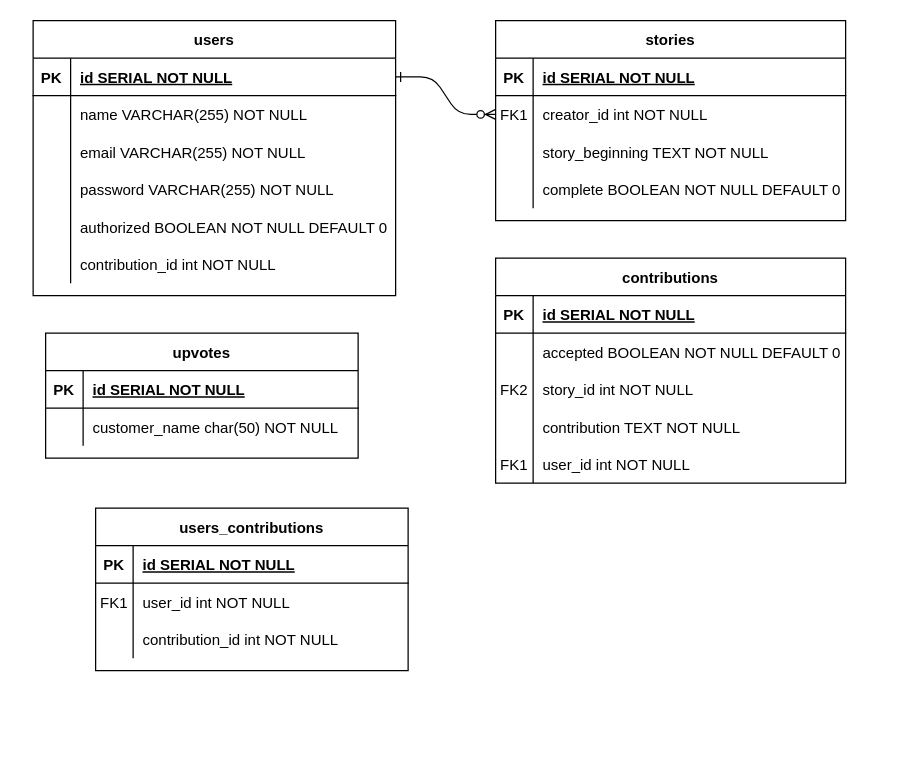
The draw.io diagram db/schema/Untitled Diagram.drawio in suncraft/lhl_midterm, before the edit. Source tidied: cells renumbered, new cells numbered last; positions are measured from the earlier drawing's top-left corner, leaving out a move shared by most shapes. Both pictures are drawn from the tidied source at 125%, with x=0, y=0 at pixel (32, 20).
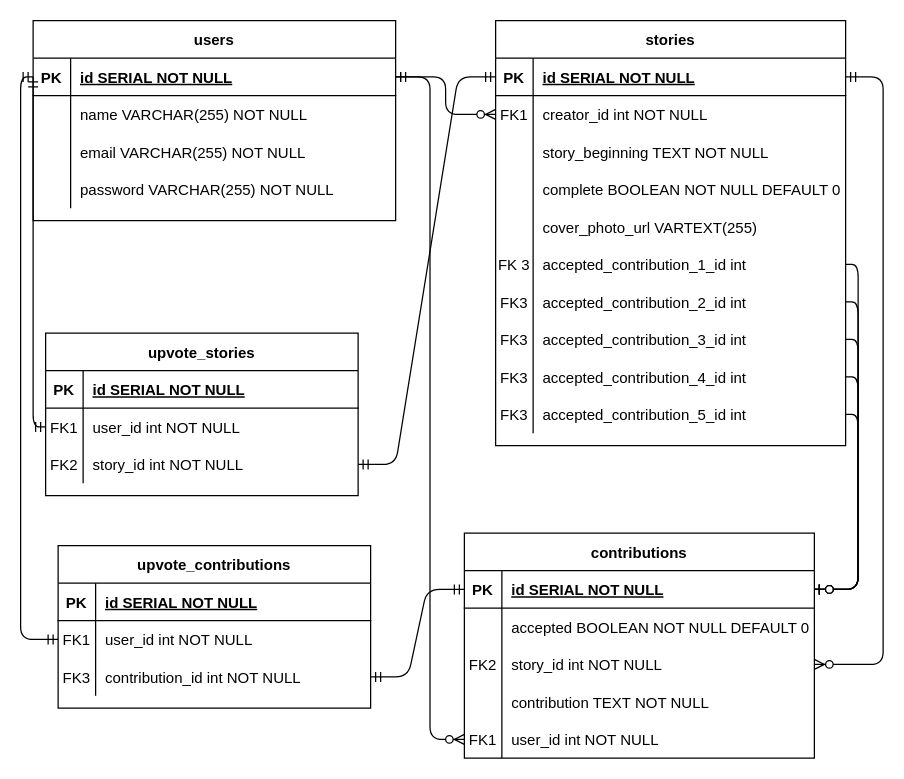
The same page after the edit.

Commit message:
Story creator ERD.drawio

Unchanged cells that the change refers to:
```xml
<mxCell id="4" style="shape=partialRectangle;fillColor=none;points=[[0,0.5],[1,0.5]];portConstraint=eastwest;top=0;left=0;right=0;bottom=1;" parent="3" vertex="1">
  <mxGeometry y="30" width="280" height="30" as="geometry" />
</mxCell>
<mxCell id="7" style="shape=partialRectangle;fillColor=none;points=[[0,0.5],[1,0.5]];portConstraint=eastwest;top=0;left=0;right=0;bottom=0;" parent="3" vertex="1">
  <mxGeometry y="60" width="280" height="30" as="geometry" />
</mxCell>
<mxCell id="17" style="shape=partialRectangle;fillColor=none;points=[[0,0.5],[1,0.5]];portConstraint=eastwest;top=0;left=0;right=0;bottom=1;" parent="16" vertex="1">
  <mxGeometry y="30" width="280" height="30" as="geometry" />
</mxCell>
<mxCell id="23" style="shape=partialRectangle;fillColor=none;points=[[0,0.5],[1,0.5]];portConstraint=eastwest;top=0;left=0;right=0;bottom=0;" parent="16" vertex="1">
  <mxGeometry y="90" width="280" height="30" as="geometry" />
</mxCell>
<mxCell id="29" style="shape=partialRectangle;fillColor=none;points=[[0,0.5],[1,0.5]];portConstraint=eastwest;top=0;left=0;right=0;bottom=0;" parent="16" vertex="1">
  <mxGeometry y="150" width="280" height="30" as="geometry" />
</mxCell>
<mxCell id="33" style="shape=partialRectangle;fillColor=none;points=[[0,0.5],[1,0.5]];portConstraint=eastwest;top=0;left=0;right=0;bottom=1;" parent="32" vertex="1">
  <mxGeometry y="30" width="290" height="30" as="geometry" />
</mxCell>
<mxCell id="55" style="shape=partialRectangle;fillColor=none;points=[[0,0.5],[1,0.5]];portConstraint=eastwest;top=0;left=0;right=0;bottom=0;" parent="51" vertex="1">
  <mxGeometry y="60" width="250" height="30" as="geometry" />
</mxCell>
<mxCell id="62" style="shape=partialRectangle;fillColor=none;points=[[0,0.5],[1,0.5]];portConstraint=eastwest;top=0;left=0;right=0;bottom=0;" parent="58" vertex="1">
  <mxGeometry y="60" width="250" height="30" as="geometry" />
</mxCell>
<mxCell id="65" style="shape=partialRectangle;fillColor=none;points=[[0,0.5],[1,0.5]];portConstraint=eastwest;top=0;left=0;right=0;bottom=0;" parent="58" vertex="1">
  <mxGeometry y="90" width="250" height="30" as="geometry" />
</mxCell>
```

Change to the diagram source:
```diff
@@
-    <mxCell id="2" style="edgeStyle=entityRelationEdgeStyle;endArrow=ERzeroToMany;startArrow=ERone;endFill=1;startFill=0;" parent="1" edge="1" source="33" target="7">
+    <mxCell id="2" style="edgeStyle=orthogonalEdgeStyle;endArrow=ERzeroToMany;startArrow=ERone;endFill=1;startFill=0;" parent="1" edge="1" source="33" target="7">
       <mxGeometry relative="1" as="geometry" />
     </mxCell>
     <mxCell id="3" value="stories" style="shape=table;startSize=30;childLayout=tableLayout;rowLines=0;fontStyle=1;align=center;" parent="1" vertex="1">
-      <mxGeometry x="370" width="280" height="160" as="geometry" />
+      <mxGeometry x="370" width="280" height="340" as="geometry" />
     </mxCell>
@@
+    <mxCell id="68" style="shape=partialRectangle;fillColor=none;top=0;left=0;right=0;bottom=0;" parent="3" vertex="1">
+      <mxGeometry y="150" width="280" height="30" as="geometry" />
+    </mxCell>
+    <mxCell id="69" style="shape=partialRectangle;overflow=hidden;fillColor=none;top=0;left=0;bottom=0;right=0;" parent="68" vertex="1">
+      <mxGeometry width="30" height="30" as="geometry" />
+    </mxCell>
+    <mxCell id="70" value="cover_photo_url VARTEXT(255)" style="shape=partialRectangle;overflow=hidden;fillColor=none;top=0;left=0;bottom=0;right=0;align=left;spacingLeft=6;" parent="68" vertex="1">
+      <mxGeometry x="30" width="250" height="30" as="geometry" />
+    </mxCell>
+    <mxCell id="71" style="shape=partialRectangle;fillColor=none;points=[[0,0.5],[1,0.5]];portConstraint=eastwest;top=0;left=0;right=0;bottom=0;" parent="3" vertex="1">
+      <mxGeometry y="180" width="280" height="30" as="geometry" />
+    </mxCell>
+    <mxCell id="72" value="FK 3" style="shape=partialRectangle;overflow=hidden;fillColor=none;top=0;left=0;bottom=0;right=0;" parent="71" vertex="1">
+      <mxGeometry width="30" height="30" as="geometry" />
+    </mxCell>
+    <mxCell id="73" value="accepted_contribution_1_id int" style="shape=partialRectangle;overflow=hidden;fillColor=none;top=0;left=0;bottom=0;right=0;align=left;spacingLeft=6;" parent="71" vertex="1">
+      <mxGeometry x="30" width="250" height="30" as="geometry" />
+    </mxCell>
+    <mxCell id="74" style="shape=partialRectangle;fillColor=none;points=[[0,0.5],[1,0.5]];portConstraint=eastwest;top=0;left=0;right=0;bottom=0;" parent="3" vertex="1">
+      <mxGeometry y="210" width="280" height="30" as="geometry" />
+    </mxCell>
+    <mxCell id="75" value="FK3" style="shape=partialRectangle;overflow=hidden;fillColor=none;top=0;left=0;bottom=0;right=0;" parent="74" vertex="1">
+      <mxGeometry width="30" height="30" as="geometry" />
+    </mxCell>
+    <mxCell id="76" value="accepted_contribution_2_id int" style="shape=partialRectangle;overflow=hidden;fillColor=none;top=0;left=0;bottom=0;right=0;align=left;spacingLeft=6;" parent="74" vertex="1">
+      <mxGeometry x="30" width="250" height="30" as="geometry" />
+    </mxCell>
+    <mxCell id="77" style="shape=partialRectangle;fillColor=none;points=[[0,0.5],[1,0.5]];portConstraint=eastwest;top=0;left=0;right=0;bottom=0;" parent="3" vertex="1">
+      <mxGeometry y="240" width="280" height="30" as="geometry" />
+    </mxCell>
+    <mxCell id="78" value="FK3" style="shape=partialRectangle;overflow=hidden;fillColor=none;top=0;left=0;bottom=0;right=0;" parent="77" vertex="1">
+      <mxGeometry width="30" height="30" as="geometry" />
+    </mxCell>
+    <mxCell id="79" value="accepted_contribution_3_id int" style="shape=partialRectangle;overflow=hidden;fillColor=none;top=0;left=0;bottom=0;right=0;align=left;spacingLeft=6;" parent="77" vertex="1">
+      <mxGeometry x="30" width="250" height="30" as="geometry" />
+    </mxCell>
+    <mxCell id="80" style="shape=partialRectangle;fillColor=none;points=[[0,0.5],[1,0.5]];portConstraint=eastwest;top=0;left=0;right=0;bottom=0;" parent="3" vertex="1">
+      <mxGeometry y="270" width="280" height="30" as="geometry" />
+    </mxCell>
+    <mxCell id="81" value="FK3" style="shape=partialRectangle;overflow=hidden;fillColor=none;top=0;left=0;bottom=0;right=0;" parent="80" vertex="1">
+      <mxGeometry width="30" height="30" as="geometry" />
+    </mxCell>
+    <mxCell id="82" value="accepted_contribution_4_id int" style="shape=partialRectangle;overflow=hidden;fillColor=none;top=0;left=0;bottom=0;right=0;align=left;spacingLeft=6;" parent="80" vertex="1">
+      <mxGeometry x="30" width="250" height="30" as="geometry" />
+    </mxCell>
+    <mxCell id="83" style="shape=partialRectangle;fillColor=none;points=[[0,0.5],[1,0.5]];portConstraint=eastwest;top=0;left=0;right=0;bottom=0;" parent="3" vertex="1">
+      <mxGeometry y="300" width="280" height="30" as="geometry" />
+    </mxCell>
+    <mxCell id="84" value="FK3" style="shape=partialRectangle;overflow=hidden;fillColor=none;top=0;left=0;bottom=0;right=0;" parent="83" vertex="1">
+      <mxGeometry width="30" height="30" as="geometry" />
+    </mxCell>
+    <mxCell id="85" value="accepted_contribution_5_id int" style="shape=partialRectangle;overflow=hidden;fillColor=none;top=0;left=0;bottom=0;right=0;align=left;spacingLeft=6;" parent="83" vertex="1">
+      <mxGeometry x="30" width="250" height="30" as="geometry" />
+    </mxCell>
     <mxCell id="16" value="contributions" style="shape=table;startSize=30;childLayout=tableLayout;rowLines=0;fontStyle=1;align=center;" parent="1" vertex="1">
-      <mxGeometry x="370" y="190" width="280" height="180" as="geometry" />
+      <mxGeometry x="345" y="410" width="280" height="180" as="geometry" />
     </mxCell>
@@
     <mxCell id="32" value="users" style="shape=table;startSize=30;childLayout=tableLayout;rowLines=0;fontStyle=1;align=center;" parent="1" vertex="1">
-      <mxGeometry width="290" height="220" as="geometry" />
+      <mxGeometry width="290" height="160" as="geometry" />
     </mxCell>
@@
-    <mxCell id="45" style="shape=partialRectangle;fillColor=none;top=0;left=0;right=0;bottom=0;" parent="32" vertex="1">
-      <mxGeometry y="150" width="290" height="30" as="geometry" />
-    </mxCell>
-    <mxCell id="46" style="shape=partialRectangle;overflow=hidden;fillColor=none;top=0;left=0;bottom=0;right=0;" parent="45" vertex="1">
-      <mxGeometry width="30" height="30" as="geometry" />
-    </mxCell>
-    <mxCell id="47" value="authorized BOOLEAN NOT NULL DEFAULT 0" style="shape=partialRectangle;overflow=hidden;fillColor=none;top=0;left=0;bottom=0;right=0;align=left;spacingLeft=6;" parent="45" vertex="1">
-      <mxGeometry x="30" width="260" height="30" as="geometry" />
-    </mxCell>
-    <mxCell id="48" style="shape=partialRectangle;fillColor=none;top=0;left=0;right=0;bottom=0;" parent="32" vertex="1">
-      <mxGeometry y="180" width="290" height="30" as="geometry" />
-    </mxCell>
-    <mxCell id="49" style="shape=partialRectangle;overflow=hidden;fillColor=none;top=0;left=0;bottom=0;right=0;" parent="48" vertex="1">
-      <mxGeometry width="30" height="30" as="geometry" />
-    </mxCell>
-    <mxCell id="50" value="contribution_id int NOT NULL" style="shape=partialRectangle;overflow=hidden;fillColor=none;top=0;left=0;bottom=0;right=0;align=left;spacingLeft=6;" parent="48" vertex="1">
-      <mxGeometry x="30" width="260" height="30" as="geometry" />
-    </mxCell>
-    <mxCell id="51" value="upvotes" style="shape=table;startSize=30;childLayout=tableLayout;rowLines=0;fontStyle=1;align=center;" parent="1" vertex="1">
-      <mxGeometry x="10" y="250" width="250" height="100" as="geometry" />
+    <mxCell id="51" value="upvote_stories" style="shape=table;startSize=30;childLayout=tableLayout;rowLines=0;fontStyle=1;align=center;" parent="1" vertex="1">
+      <mxGeometry x="10" y="250" width="250" height="130" as="geometry" />
     </mxCell>
@@
-    <mxCell id="56" style="shape=partialRectangle;overflow=hidden;fillColor=none;top=0;left=0;bottom=0;right=0;" parent="55" vertex="1">
+    <mxCell id="56" value="FK1" style="shape=partialRectangle;overflow=hidden;fillColor=none;top=0;left=0;bottom=0;right=0;" parent="55" vertex="1">
       <mxGeometry width="30" height="30" as="geometry" />
     </mxCell>
-    <mxCell id="57" value="customer_name char(50) NOT NULL" style="shape=partialRectangle;overflow=hidden;fillColor=none;top=0;left=0;bottom=0;right=0;align=left;spacingLeft=6;" parent="55" vertex="1">
+    <mxCell id="57" value="user_id int NOT NULL" style="shape=partialRectangle;overflow=hidden;fillColor=none;top=0;left=0;bottom=0;right=0;align=left;spacingLeft=6;" parent="55" vertex="1">
       <mxGeometry x="30" width="220" height="30" as="geometry" />
     </mxCell>
+    <mxCell id="86" style="shape=partialRectangle;fillColor=none;points=[[0,0.5],[1,0.5]];portConstraint=eastwest;top=0;left=0;right=0;bottom=0;" parent="51" vertex="1">
+      <mxGeometry y="90" width="250" height="30" as="geometry" />
+    </mxCell>
+    <mxCell id="87" value="FK2" style="shape=partialRectangle;overflow=hidden;fillColor=none;top=0;left=0;bottom=0;right=0;" parent="86" vertex="1">
+      <mxGeometry width="30" height="30" as="geometry" />
+    </mxCell>
+    <mxCell id="88" value="story_id int NOT NULL" style="shape=partialRectangle;overflow=hidden;fillColor=none;top=0;left=0;bottom=0;right=0;align=left;spacingLeft=6;" parent="86" vertex="1">
+      <mxGeometry x="30" width="220" height="30" as="geometry" />
+    </mxCell>
-    <mxCell id="58" value="users_contributions" style="shape=table;startSize=30;childLayout=tableLayout;rowLines=0;fontStyle=1;align=center;" parent="1" vertex="1">
-      <mxGeometry x="50" y="390" width="250" height="130" as="geometry" />
+    <mxCell id="58" value="upvote_contributions" style="shape=table;startSize=30;childLayout=tableLayout;rowLines=0;fontStyle=1;align=center;" parent="1" vertex="1">
+      <mxGeometry x="20" y="420" width="250" height="130" as="geometry" />
     </mxCell>
@@
-    <mxCell id="66" style="shape=partialRectangle;overflow=hidden;fillColor=none;top=0;left=0;bottom=0;right=0;" parent="65" vertex="1">
+    <mxCell id="66" value="FK3" style="shape=partialRectangle;overflow=hidden;fillColor=none;top=0;left=0;bottom=0;right=0;" parent="65" vertex="1">
       <mxGeometry width="30" height="30" as="geometry" />
     </mxCell>
@@
+    <mxCell id="89" style="edgeStyle=orthogonalEdgeStyle;fontSize=12;html=1;endArrow=ERzeroToMany;startArrow=ERmandOne;exitX=1;exitY=0.5;exitDx=0;exitDy=0;entryX=1;entryY=0.5;entryDx=0;entryDy=0;" parent="1" edge="1" source="4" target="23">
+      <mxGeometry relative="1" as="geometry">
+        <Array as="points">
+          <mxPoint x="680" y="45" />
+          <mxPoint x="680" y="515" />
+        </Array>
+      </mxGeometry>
+    </mxCell>
+    <mxCell id="90" style="edgeStyle=orthogonalEdgeStyle;fontSize=12;html=1;endArrow=ERzeroToMany;startArrow=ERmandOne;exitX=1;exitY=0.5;exitDx=0;exitDy=0;" parent="1" edge="1" source="33" target="29">
+      <mxGeometry relative="1" as="geometry" />
+    </mxCell>
+    <mxCell id="91" style="edgeStyle=orthogonalEdgeStyle;fontSize=12;html=1;endArrow=ERzeroToOne;endFill=1;exitX=1;exitY=0.5;exitDx=0;exitDy=0;entryX=1;entryY=0.5;entryDx=0;entryDy=0;" parent="1" edge="1" source="71" target="17">
+      <mxGeometry relative="1" as="geometry" />
+    </mxCell>
+    <mxCell id="92" style="edgeStyle=orthogonalEdgeStyle;fontSize=12;html=1;endArrow=ERzeroToOne;endFill=1;exitX=1;exitY=0.5;exitDx=0;exitDy=0;entryX=1;entryY=0.5;entryDx=0;entryDy=0;" parent="1" edge="1" source="74" target="17">
+      <mxGeometry relative="1" as="geometry" />
+    </mxCell>
+    <mxCell id="93" style="edgeStyle=orthogonalEdgeStyle;fontSize=12;html=1;endArrow=ERzeroToOne;endFill=1;exitX=1;exitY=0.5;exitDx=0;exitDy=0;entryX=1;entryY=0.5;entryDx=0;entryDy=0;" parent="1" edge="1" source="77" target="17">
+      <mxGeometry relative="1" as="geometry" />
+    </mxCell>
+    <mxCell id="94" style="edgeStyle=orthogonalEdgeStyle;fontSize=12;html=1;endArrow=ERzeroToOne;endFill=1;exitX=1;exitY=0.5;exitDx=0;exitDy=0;entryX=1;entryY=0.5;entryDx=0;entryDy=0;" parent="1" edge="1" source="80" target="17">
+      <mxGeometry relative="1" as="geometry" />
+    </mxCell>
+    <mxCell id="95" style="edgeStyle=orthogonalEdgeStyle;fontSize=12;html=1;endArrow=ERzeroToOne;endFill=1;exitX=1;exitY=0.5;exitDx=0;exitDy=0;entryX=1;entryY=0.5;entryDx=0;entryDy=0;" parent="1" edge="1" source="83" target="17">
+      <mxGeometry relative="1" as="geometry" />
+    </mxCell>
+    <mxCell id="96" style="edgeStyle=orthogonalEdgeStyle;fontSize=12;html=1;endArrow=ERmandOne;startArrow=ERmandOne;exitX=0;exitY=0.5;exitDx=0;exitDy=0;" parent="1" edge="1" source="55" target="33">
+      <mxGeometry relative="1" as="geometry" />
+    </mxCell>
+    <mxCell id="97" style="edgeStyle=entityRelationEdgeStyle;fontSize=12;html=1;endArrow=ERmandOne;startArrow=ERmandOne;exitX=1;exitY=0.5;exitDx=0;exitDy=0;" parent="1" edge="1" source="86" target="4">
+      <mxGeometry relative="1" as="geometry" />
+    </mxCell>
+    <mxCell id="98" style="edgeStyle=orthogonalEdgeStyle;fontSize=12;html=1;endArrow=ERmandOne;startArrow=ERmandOne;entryX=0;entryY=0.5;entryDx=0;entryDy=0;exitX=0;exitY=0.5;exitDx=0;exitDy=0;" parent="1" edge="1" source="33" target="62">
+      <mxGeometry relative="1" as="geometry" />
+    </mxCell>
+    <mxCell id="99" style="edgeStyle=entityRelationEdgeStyle;fontSize=12;html=1;endArrow=ERmandOne;startArrow=ERmandOne;exitX=1;exitY=0.5;exitDx=0;exitDy=0;entryX=0;entryY=0.5;entryDx=0;entryDy=0;" parent="1" edge="1" source="65" target="17">
+      <mxGeometry relative="1" as="geometry" />
+    </mxCell>
```
